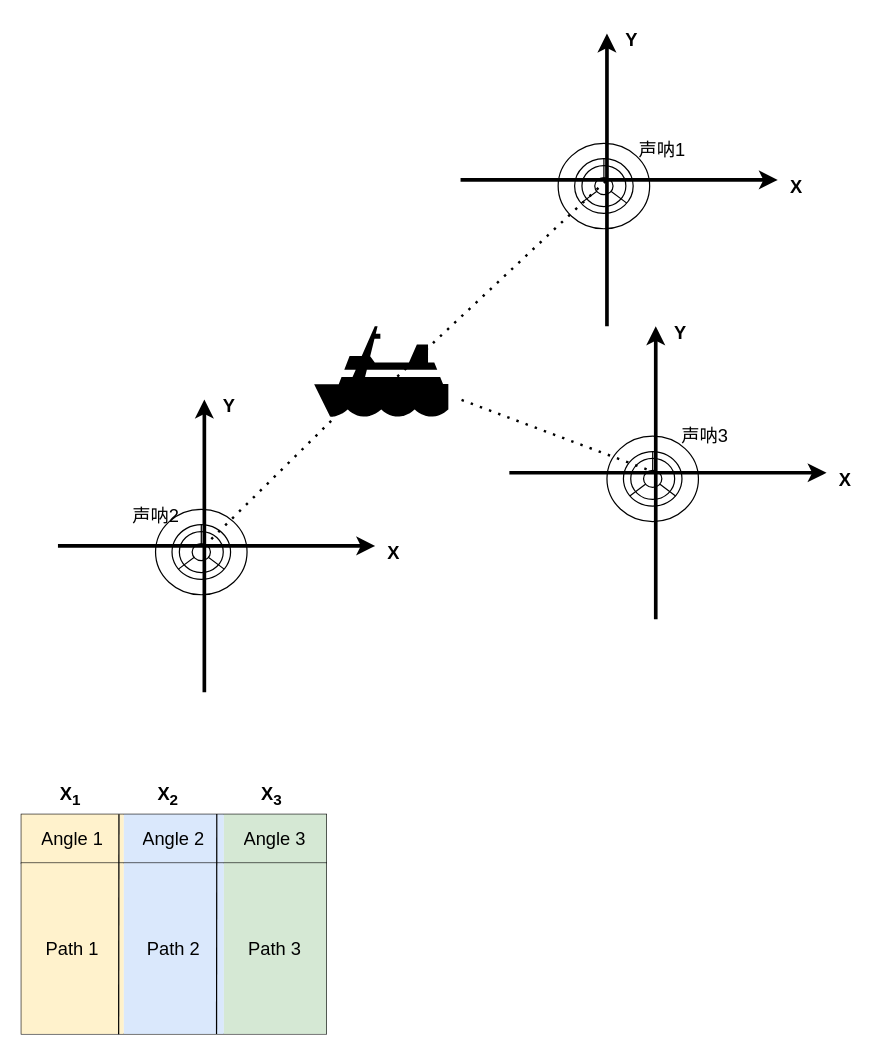
The draw.io diagram page "多途到达和掠射角" (1 of 2) of 水下目标提取标书/多途到达和掠射角预处理.drawio in Corner430/drawio, before the edit. Source tidied: cells renumbered, new cells numbered last; positions are measured from the earlier drawing's top-left corner, leaving out a move shared by most shapes. Both pictures are drawn from the tidied source at 122%, with x=0, y=0 at pixel (21, 21).
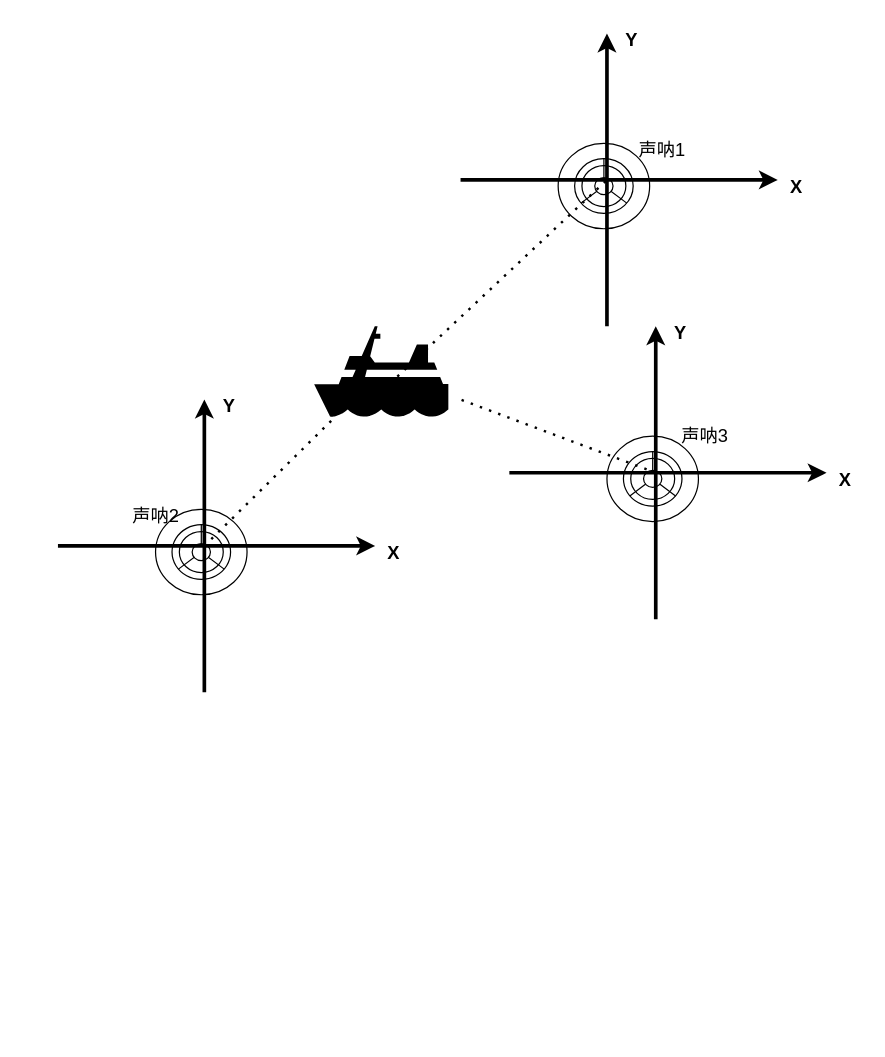
The same diagram, later.

Commit message:
水下目标提取标书_多途到达和掠射角数据融合

Change to the diagram source:
```diff
@@
-    <mxCell id="24" style="shape=table;html=1;whiteSpace=wrap;startSize=0;childLayout=tableLayout;columnLines=0;rowLines=0;" parent="1" vertex="1">
-      <mxGeometry y="650" width="250" height="40" as="geometry" />
-    </mxCell>
-    <mxCell id="25" style="shape=tableRow;horizontal=0;startSize=0;swimlaneHead=0;swimlaneBody=0;top=0;left=0;bottom=0;right=0;fillColor=none;" parent="24" vertex="1">
-      <mxGeometry width="250" height="40" as="geometry" />
-    </mxCell>
-    <mxCell id="26" value="&lt;font style=&quot;font-size: 15px;&quot;&gt;Angle 1&lt;/font&gt;" style="shape=partialRectangle;html=1;whiteSpace=wrap;fillColor=#fff2cc;top=0;left=0;bottom=0;right=0;overflow=hidden;fontSize=12;strokeColor=#d6b656;" parent="25" vertex="1">
-      <mxGeometry width="84" height="40" as="geometry" />
-    </mxCell>
-    <mxCell id="27" value="&lt;span style=&quot;font-size: 15px;&quot;&gt;Angle 2&lt;/span&gt;" style="shape=partialRectangle;html=1;whiteSpace=wrap;fillColor=#dae8fc;top=0;left=0;bottom=0;right=0;overflow=hidden;fontSize=12;strokeColor=#6c8ebf;" parent="25" vertex="1">
-      <mxGeometry x="84" width="82" height="40" as="geometry" />
-    </mxCell>
-    <mxCell id="28" value="&lt;span style=&quot;font-size: 15px;&quot;&gt;Angle 3&lt;/span&gt;" style="shape=partialRectangle;html=1;whiteSpace=wrap;fillColor=#d5e8d4;top=0;left=0;bottom=0;right=0;overflow=hidden;fontSize=12;strokeColor=#82b366;" parent="25" vertex="1">
-      <mxGeometry x="166" width="84" height="40" as="geometry" />
-    </mxCell>
-    <mxCell id="29" style="shape=table;html=1;whiteSpace=wrap;startSize=0;childLayout=tableLayout;columnLines=0;rowLines=0;" parent="1" vertex="1">
-      <mxGeometry y="690" width="250" height="140" as="geometry" />
-    </mxCell>
-    <mxCell id="30" style="shape=tableRow;horizontal=0;startSize=0;swimlaneHead=0;swimlaneBody=0;top=0;left=0;bottom=0;right=0;fillColor=none;points=[[0,0.5],[1,0.5]];portConstraint=eastwest;" parent="29" vertex="1">
-      <mxGeometry width="250" height="140" as="geometry" />
-    </mxCell>
-    <mxCell id="31" value="&lt;font style=&quot;font-size: 15px;&quot;&gt;Path 1&lt;/font&gt;" style="shape=partialRectangle;html=1;whiteSpace=wrap;fillColor=#fff2cc;top=0;left=0;bottom=0;right=0;overflow=hidden;fontSize=12;strokeColor=#d6b656;" parent="30" vertex="1">
-      <mxGeometry width="84" height="140" as="geometry" />
-    </mxCell>
-    <mxCell id="32" value="&lt;span style=&quot;font-size: 15px;&quot;&gt;Path 2&lt;/span&gt;" style="shape=partialRectangle;html=1;whiteSpace=wrap;fillColor=#dae8fc;top=0;left=0;bottom=0;right=0;overflow=hidden;fontSize=12;strokeColor=#6c8ebf;" parent="30" vertex="1">
-      <mxGeometry x="84" width="82" height="140" as="geometry" />
-    </mxCell>
-    <mxCell id="33" value="&lt;span style=&quot;font-size: 15px;&quot;&gt;Path 3&lt;/span&gt;" style="shape=partialRectangle;html=1;whiteSpace=wrap;fillColor=#d5e8d4;top=0;left=0;bottom=0;right=0;overflow=hidden;fontSize=12;strokeColor=#82b366;" parent="30" vertex="1">
-      <mxGeometry x="166" width="84" height="140" as="geometry" />
-    </mxCell>
-    <mxCell id="34" style="endArrow=none;html=1;fontSize=15;exitX=0.319;exitY=1.002;exitDx=0;exitDy=0;exitPerimeter=0;strokeWidth=1;" parent="1" edge="1" source="30">
-      <mxGeometry relative="1" as="geometry">
-        <mxPoint x="80" y="650" as="targetPoint" />
-      </mxGeometry>
-    </mxCell>
-    <mxCell id="35" style="endArrow=none;html=1;fontSize=15;exitX=0.319;exitY=1.002;exitDx=0;exitDy=0;exitPerimeter=0;strokeWidth=1;" parent="1" edge="1">
-      <mxGeometry relative="1" as="geometry">
-        <mxPoint x="160" y="830" as="sourcePoint" />
-        <mxPoint x="160.2" y="649.7" as="targetPoint" />
-      </mxGeometry>
-    </mxCell>
-    <mxCell id="36" value="&lt;b&gt;X&lt;sub&gt;1&lt;/sub&gt;&lt;/b&gt;" style="text;html=1;align=center;verticalAlign=middle;strokeColor=none;fillColor=none;fontSize=15;" parent="1" vertex="1">
-      <mxGeometry x="20" y="620" width="40" height="30" as="geometry" />
-    </mxCell>
-    <mxCell id="37" value="&lt;b&gt;X&lt;sub&gt;2&lt;/sub&gt;&lt;/b&gt;" style="text;html=1;align=center;verticalAlign=middle;strokeColor=none;fillColor=none;fontSize=15;" parent="1" vertex="1">
-      <mxGeometry x="100" y="620" width="40" height="30" as="geometry" />
-    </mxCell>
-    <mxCell id="38" value="&lt;b&gt;X&lt;sub&gt;3&lt;/sub&gt;&lt;/b&gt;" style="text;html=1;align=center;verticalAlign=middle;strokeColor=none;fillColor=none;fontSize=15;" parent="1" vertex="1">
-      <mxGeometry x="185" y="620" width="40" height="30" as="geometry" />
-    </mxCell>
```
